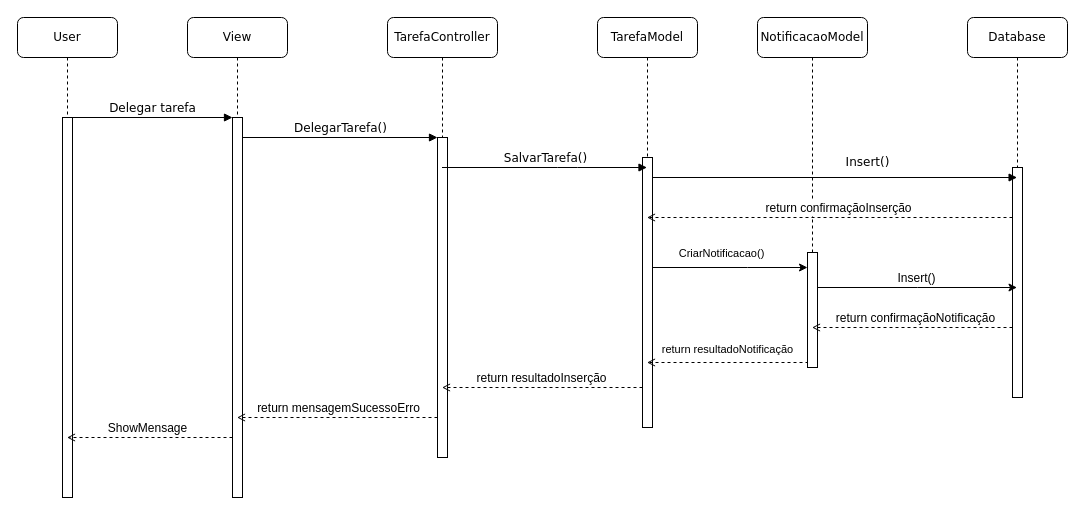
This is docs/DiagramaSequenciaDelegarTarefa.drawio from GabrielWhite96/TaskLy_LPS, a draw.io file, before an edit. Source tidied: cells renumbered, new cells numbered last; positions are measured from the earlier drawing's top-left corner, leaving out a move shared by most shapes. Both pictures are drawn from the tidied source at 100%, with x=0, y=0 at pixel (17, 17).
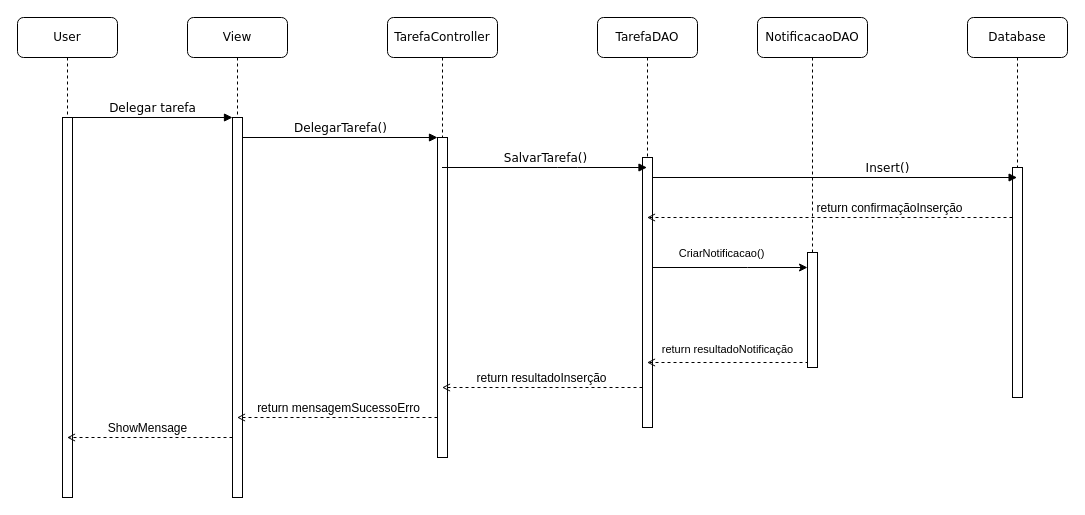
The same page after the edit.

The change refers to these unchanged cells:
```xml
<mxCell id="8" value="Database " style="shape=umlLifeline;perimeter=lifelinePerimeter;whiteSpace=wrap;html=1;outlineConnect=0;rounded=1;shadow=0;comic=0;labelBackgroundColor=none;strokeWidth=1;fontFamily=Verdana;fontSize=12;align=center;" parent="1" vertex="1">
  <mxGeometry x="950" width="100" height="380" as="geometry" />
</mxCell>
<mxCell id="9" style="html=1;points=[];perimeter=orthogonalPerimeter;rounded=0;shadow=0;comic=0;labelBackgroundColor=none;strokeWidth=1;fontFamily=Verdana;fontSize=12;align=center;" parent="8" vertex="1">
  <mxGeometry x="45" y="150" width="10" height="230" as="geometry" />
</mxCell>
<mxCell id="17" style="html=1;points=[];perimeter=orthogonalPerimeter;rounded=0;shadow=0;comic=0;labelBackgroundColor=none;strokeWidth=1;fontFamily=Verdana;fontSize=12;align=center;" parent="16" vertex="1">
  <mxGeometry x="50" y="235" width="10" height="115" as="geometry" />
</mxCell>
<mxCell id="18" style="edgeStyle=orthogonalEdgeStyle;rounded=0;jettySize=auto;html=1;dashed=1;endArrow=open;endFill=0;" parent="1" edge="1" source="9" target="6">
  <mxGeometry relative="1" as="geometry">
    <Array as="points">
      <mxPoint x="840" y="200" />
      <mxPoint x="840" y="200" />
    </Array>
  </mxGeometry>
</mxCell>
```

Diff of the diagram source:
```diff
@@
-    <mxCell id="6" value="TarefaModel " style="shape=umlLifeline;perimeter=lifelinePerimeter;whiteSpace=wrap;html=1;outlineConnect=0;rounded=1;shadow=0;comic=0;labelBackgroundColor=none;strokeWidth=1;fontFamily=Verdana;fontSize=12;align=center;" parent="1" vertex="1">
+    <mxCell id="6" value="TarefaDAO" style="shape=umlLifeline;perimeter=lifelinePerimeter;whiteSpace=wrap;html=1;outlineConnect=0;rounded=1;shadow=0;comic=0;labelBackgroundColor=none;strokeWidth=1;fontFamily=Verdana;fontSize=12;align=center;" parent="1" vertex="1">
       <mxGeometry x="580" width="100" height="410" as="geometry" />
     </mxCell>
@@
     <mxCell id="10" value="Insert()" style="html=1;verticalAlign=bottom;endArrow=block;labelBackgroundColor=none;fontFamily=Verdana;fontSize=12;edgeStyle=elbowEdgeStyle;elbow=vertical;exitX=0.985;exitY=0.053;exitDx=0;exitDy=0;exitPerimeter=0;" parent="8" edge="1">
-      <mxGeometry x="0.18" y="6" relative="1" as="geometry">
+      <mxGeometry x="0.29" relative="1" as="geometry">
         <mxPoint x="-315" y="160" as="sourcePoint" />
         <mxPoint x="49.6" y="160.4" as="targetPoint" />
       </mxGeometry>
     </mxCell>
@@
-    <mxCell id="16" value="NotificacaoModel " style="shape=umlLifeline;perimeter=lifelinePerimeter;whiteSpace=wrap;html=1;outlineConnect=0;rounded=1;shadow=0;comic=0;labelBackgroundColor=none;strokeWidth=1;fontFamily=Verdana;fontSize=12;align=center;" parent="1" vertex="1">
+    <mxCell id="16" value="NotificacaoDAO" style="shape=umlLifeline;perimeter=lifelinePerimeter;whiteSpace=wrap;html=1;outlineConnect=0;rounded=1;shadow=0;comic=0;labelBackgroundColor=none;strokeWidth=1;fontFamily=Verdana;fontSize=12;align=center;" parent="1" vertex="1">
       <mxGeometry x="740" width="110" height="350" as="geometry" />
     </mxCell>
@@
     <mxCell id="19" value="return confirmaçãoInserção" style="edgeLabel;html=1;align=center;verticalAlign=middle;fontSize=12;" parent="18" vertex="1">
       <mxGeometry x="-0.04" y="-1" relative="1" as="geometry">
-        <mxPoint y="-9" as="offset" />
+        <mxPoint x="51" y="-9" as="offset" />
       </mxGeometry>
     </mxCell>
@@
-    <mxCell id="22" style="edgeStyle=orthogonalEdgeStyle;rounded=0;jettySize=auto;html=1;" parent="1" edge="1" source="17" target="8">
-      <mxGeometry relative="1" as="geometry">
-        <Array as="points">
-          <mxPoint x="900" y="270" />
-          <mxPoint x="900" y="270" />
-        </Array>
-      </mxGeometry>
-    </mxCell>
-    <mxCell id="23" value="Insert()" style="edgeLabel;html=1;align=center;verticalAlign=middle;fontSize=12;" parent="22" vertex="1">
-      <mxGeometry x="-0.02" y="4" relative="1" as="geometry">
-        <mxPoint y="-6" as="offset" />
-      </mxGeometry>
-    </mxCell>
-    <mxCell id="24" style="edgeStyle=orthogonalEdgeStyle;rounded=0;jettySize=auto;html=1;dashed=1;endArrow=open;endFill=0;" parent="1" edge="1" source="9" target="16">
-      <mxGeometry relative="1" as="geometry">
-        <Array as="points">
-          <mxPoint x="900" y="310" />
-          <mxPoint x="900" y="310" />
-        </Array>
-      </mxGeometry>
-    </mxCell>
-    <mxCell id="25" value="return confirmaçãoNotificação" style="edgeLabel;html=1;align=center;verticalAlign=middle;fontSize=12;" parent="24" vertex="1">
-      <mxGeometry x="-0.02" y="-1" relative="1" as="geometry">
-        <mxPoint y="-9" as="offset" />
-      </mxGeometry>
-    </mxCell>
```
